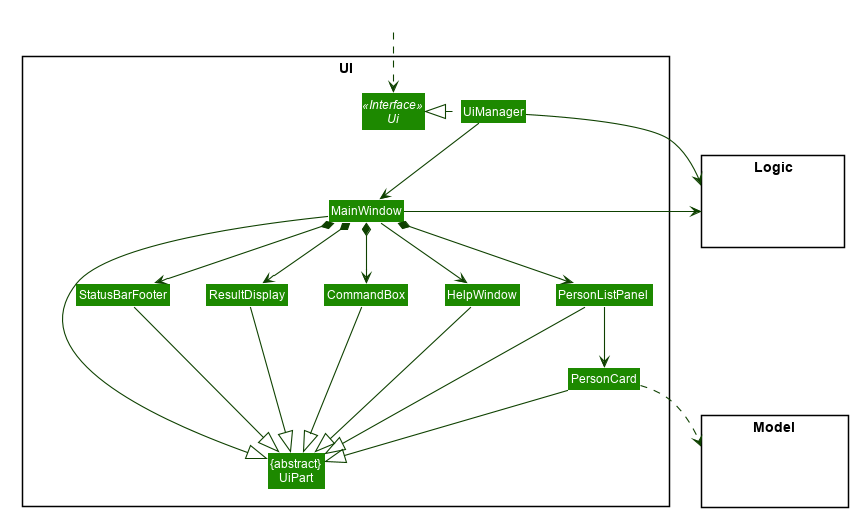
The PlantUML diagram docs/images/UiClassDiagram.png in nus-cs2103-AY2021S2/tp, before a commit.
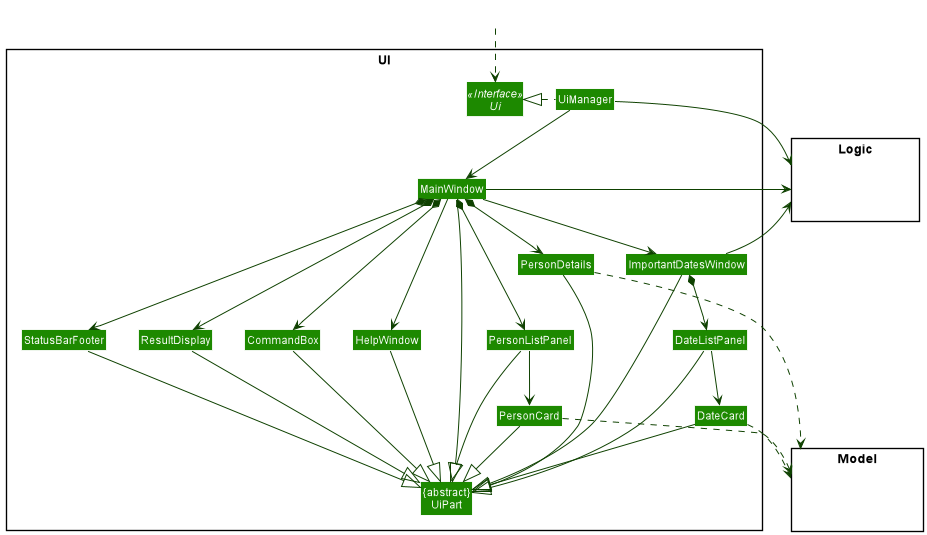
The same file after the commit.

Commit message:
Modify class diagrams

The edit, as a diff of the source:
```diff
@@ -1,55 +1,8 @@
 @startuml
-
-
-
-
-
-
-
-
-skinparam BackgroundColor #FFFFFFF
-
-skinparam Shadowing false
-
-skinparam Class {
-    FontColor #FFFFFF
-    BorderThickness 1
-    BorderColor #FFFFFF
-    StereotypeFontColor #FFFFFF
-    FontName Arial
-}
-
-skinparam Actor {
-    BorderColor #000000
-    Color #000000
-    FontName Arial
-}
-
-skinparam Sequence {
-    MessageAlign center
-    BoxFontSize 15
-    BoxPadding 0
-    BoxFontColor #FFFFFF
-    FontName Arial
-}
-
-skinparam Participant {
-    FontColor #FFFFFFF
-    Padding 20
-}
-
-skinparam MinClassWidth 50
-skinparam ParticipantPadding 10
-skinparam Shadowing false
-skinparam DefaultTextAlignment center
-skinparam packageStyle Rectangle
-
-hide footbox
-hide members
-hide circle
+!include style.puml
 skinparam arrowThickness 1.1
-skinparam arrowColor #0E4100
-skinparam classBackgroundColor #1D8900
+skinparam arrowColor UI_COLOR_T4
+skinparam classBackgroundColor UI_COLOR
 
 package UI <<Rectangle>>{
 Interface Ui <<Interface>>
@@ -60,8 +13,12 @@
 Class ResultDisplay
 Class PersonListPanel
 Class PersonCard
+Class PersonDetails
 Class StatusBarFooter
 Class CommandBox
+Class ImportantDatesWindow
+Class DateCard
+Class DateListPanel
 }
 
 package Model <<Rectangle>> {
@@ -81,9 +38,13 @@
 MainWindow *-down-> CommandBox
 MainWindow *-down-> ResultDisplay
 MainWindow *-down-> PersonListPanel
+MainWindow *-down-> PersonDetails
 MainWindow *-down-> StatusBarFooter
+MainWindow --> ImportantDatesWindow
+ImportantDatesWindow *-down-> DateListPanel
 
 PersonListPanel -down-> PersonCard
+DateListPanel -down->DateCard
 
 MainWindow -left-|> UiPart
 
@@ -91,12 +52,20 @@
 CommandBox --|> UiPart
 PersonListPanel --|> UiPart
 PersonCard --|> UiPart
+PersonDetails --|> UiPart
 StatusBarFooter --|> UiPart
 HelpWindow -down-|> UiPart
+ImportantDatesWindow -down-|> UiPart
+DateListPanel --|> UiPart
+DateCard --|> UiPart
+
 
 PersonCard ..> Model
+PersonDetails ..> Model
+DateCard ..> Model
 UiManager -right-> Logic
 MainWindow -left-> Logic
+ImportantDatesWindow --> Logic
 
 PersonListPanel -[hidden]left- HelpWindow
 HelpWindow -[hidden]left- CommandBox
```
